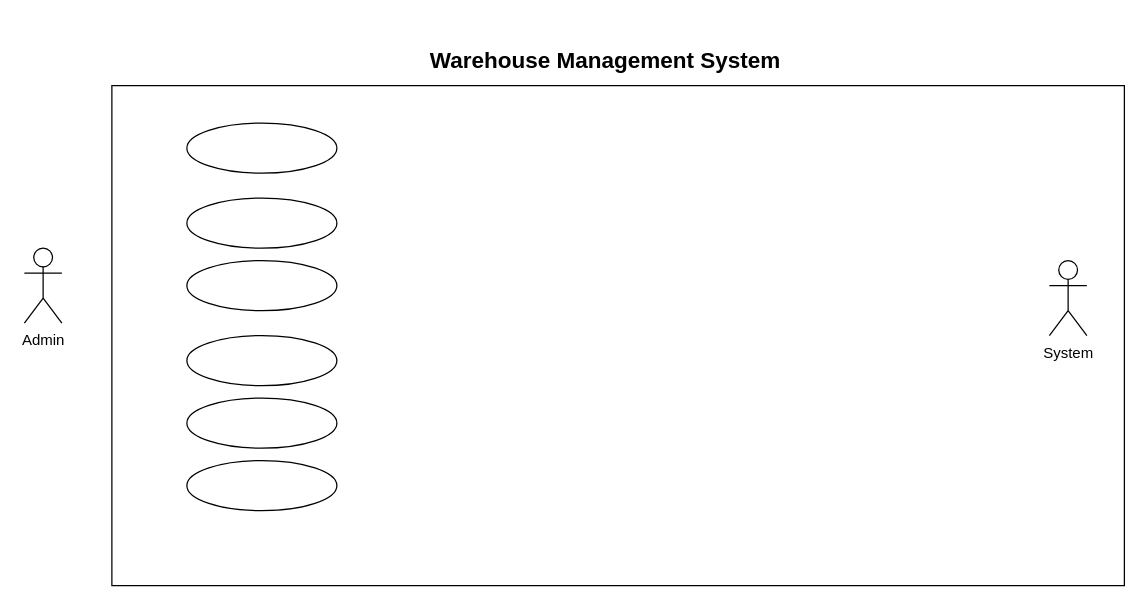
Above: Use Case Diagram.drawio in chengpha/TBD_Group_Project_P2 (draw.io), before the change. Source tidied: cells renumbered, new cells numbered last; positions are measured from the earlier drawing's top-left corner, leaving out a move shared by most shapes. Both pictures are drawn from the tidied source at 125%, with x=0, y=0 at pixel (24, 48).
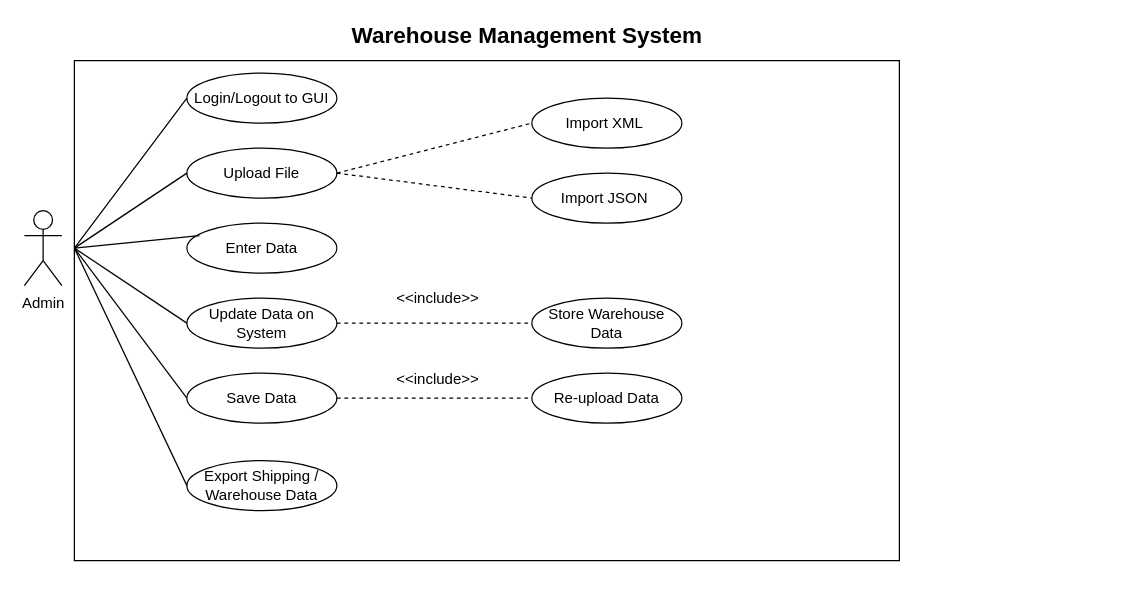
After the change.

What changed in the source:
```diff
@@
     <mxCell id="2" value="Admin" style="shape=umlActor;verticalLabelPosition=bottom;labelBackgroundColor=#ffffff;verticalAlign=top;html=1;" parent="1" vertex="1">
-      <mxGeometry y="160" width="30" height="60" as="geometry" />
+      <mxGeometry y="130" width="30" height="60" as="geometry" />
     </mxCell>
-    <mxCell id="3" style="ellipse;whiteSpace=wrap;html=1;" parent="1" vertex="1">
-      <mxGeometry x="130" y="60" width="120" height="40" as="geometry" />
+    <mxCell id="3" value="Upload File" style="ellipse;whiteSpace=wrap;html=1;" parent="1" vertex="1">
+      <mxGeometry x="130" y="80" width="120" height="40" as="geometry" />
     </mxCell>
-    <mxCell id="4" style="ellipse;whiteSpace=wrap;html=1;" parent="1" vertex="1">
-      <mxGeometry x="130" y="120" width="120" height="40" as="geometry" />
-    </mxCell>
+    <mxCell id="12" value="Store Warehouse Data" style="ellipse;whiteSpace=wrap;html=1;" parent="1" vertex="1">
+      <mxGeometry x="406" y="200" width="120" height="40" as="geometry" />
+    </mxCell>
-    <mxCell id="5" style="ellipse;whiteSpace=wrap;html=1;" parent="1" vertex="1">
-      <mxGeometry x="130" y="170" width="120" height="40" as="geometry" />
+    <mxCell id="5" value="Update Data on System" style="ellipse;whiteSpace=wrap;html=1;" parent="1" vertex="1">
+      <mxGeometry x="130" y="200" width="120" height="40" as="geometry" />
     </mxCell>
-    <mxCell id="6" style="ellipse;whiteSpace=wrap;html=1;" parent="1" vertex="1">
-      <mxGeometry x="130" y="230" width="120" height="40" as="geometry" />
+    <mxCell id="6" value="Save Data" style="ellipse;whiteSpace=wrap;html=1;" parent="1" vertex="1">
+      <mxGeometry x="130" y="260" width="120" height="40" as="geometry" />
     </mxCell>
-    <mxCell id="7" style="ellipse;whiteSpace=wrap;html=1;" parent="1" vertex="1">
-      <mxGeometry x="130" y="280" width="120" height="40" as="geometry" />
+    <mxCell id="7" value="Re-upload Data" style="ellipse;whiteSpace=wrap;html=1;" parent="1" vertex="1">
+      <mxGeometry x="406" y="260" width="120" height="40" as="geometry" />
     </mxCell>
-    <mxCell id="8" style="ellipse;whiteSpace=wrap;html=1;" parent="1" vertex="1">
+    <mxCell id="8" value="Export Shipping / Warehouse Data" style="ellipse;whiteSpace=wrap;html=1;" parent="1" vertex="1">
       <mxGeometry x="130" y="330" width="120" height="40" as="geometry" />
     </mxCell>
     <mxCell id="9" style="rounded=0;whiteSpace=wrap;html=1;fillColor=none;" parent="1" vertex="1">
-      <mxGeometry x="70" y="30" width="810" height="400" as="geometry" />
+      <mxGeometry x="40" y="10" width="660" height="400" as="geometry" />
     </mxCell>
-    <mxCell id="10" value="Warehouse Management System" style="text;html=1;strokeColor=none;fillColor=none;align=center;verticalAlign=middle;whiteSpace=wrap;rounded=0;fontStyle=1;fontSize=18;" parent="1" vertex="1">
-      <mxGeometry x="310" width="310" height="20" as="geometry" />
+    <mxCell id="10" value="Warehouse Management System&amp;nbsp;" style="text;html=1;strokeColor=none;fillColor=none;align=center;verticalAlign=middle;whiteSpace=wrap;rounded=0;fontStyle=1;fontSize=18;" parent="1" vertex="1">
+      <mxGeometry x="250" y="-20" width="310" height="20" as="geometry" />
     </mxCell>
-    <mxCell id="11" value="System" style="shape=umlActor;verticalLabelPosition=bottom;labelBackgroundColor=#ffffff;verticalAlign=top;html=1;fillColor=none;fontSize=12;" parent="1" vertex="1">
-      <mxGeometry x="820" y="170" width="30" height="60" as="geometry" />
-    </mxCell>
+    <mxCell id="13" style="endArrow=none;dashed=1;html=1;fontSize=12;entryX=0;entryY=0.5;entryDx=0;entryDy=0;exitX=1;exitY=0.5;exitDx=0;exitDy=0;" parent="1" edge="1" source="5" target="12">
+      <mxGeometry relative="1" as="geometry" />
+    </mxCell>
+    <mxCell id="14" value="&amp;lt;&amp;lt;include&amp;gt;&amp;gt;" style="text;html=1;strokeColor=none;fillColor=none;align=center;verticalAlign=middle;whiteSpace=wrap;rounded=0;fontSize=12;" parent="1" vertex="1">
+      <mxGeometry x="311" y="190" width="40" height="20" as="geometry" />
+    </mxCell>
+    <mxCell id="15" style="endArrow=none;dashed=1;html=1;fontSize=12;entryX=0;entryY=0.5;entryDx=0;entryDy=0;exitX=1;exitY=0.5;exitDx=0;exitDy=0;" parent="1" edge="1" source="6" target="7">
+      <mxGeometry relative="1" as="geometry" />
+    </mxCell>
+    <mxCell id="16" value="Login/Logout to GUI" style="ellipse;whiteSpace=wrap;html=1;" parent="1" vertex="1">
+      <mxGeometry x="130" y="20" width="120" height="40" as="geometry" />
+    </mxCell>
+    <mxCell id="17" style="endArrow=none;html=1;fontSize=12;entryX=0;entryY=0.5;entryDx=0;entryDy=0;" parent="1" edge="1" target="16">
+      <mxGeometry relative="1" as="geometry">
+        <mxPoint x="40" y="160" as="sourcePoint" />
+      </mxGeometry>
+    </mxCell>
+    <mxCell id="18" style="endArrow=none;html=1;fontSize=12;entryX=0;entryY=0.5;entryDx=0;entryDy=0;" parent="1" edge="1" target="3">
+      <mxGeometry relative="1" as="geometry">
+        <mxPoint x="40" y="160" as="sourcePoint" />
+      </mxGeometry>
+    </mxCell>
+    <mxCell id="19" style="endArrow=none;html=1;fontSize=12;entryX=0;entryY=0.5;entryDx=0;entryDy=0;" parent="1" edge="1" target="5">
+      <mxGeometry relative="1" as="geometry">
+        <mxPoint x="40" y="160" as="sourcePoint" />
+      </mxGeometry>
+    </mxCell>
+    <mxCell id="20" style="endArrow=none;html=1;fontSize=12;exitX=0;exitY=0.5;exitDx=0;exitDy=0;" parent="1" edge="1" source="6">
+      <mxGeometry relative="1" as="geometry">
+        <mxPoint x="40" y="160" as="targetPoint" />
+      </mxGeometry>
+    </mxCell>
+    <mxCell id="21" style="endArrow=none;html=1;fontSize=12;exitX=0;exitY=0.5;exitDx=0;exitDy=0;" parent="1" edge="1" source="8">
+      <mxGeometry relative="1" as="geometry">
+        <mxPoint x="40" y="160" as="targetPoint" />
+      </mxGeometry>
+    </mxCell>
+    <mxCell id="22" value="&amp;lt;&amp;lt;include&amp;gt;&amp;gt;" style="text;html=1;strokeColor=none;fillColor=none;align=center;verticalAlign=middle;whiteSpace=wrap;rounded=0;fontSize=12;" parent="1" vertex="1">
+      <mxGeometry x="311" y="250" width="40" height="30" as="geometry" />
+    </mxCell>
+    <mxCell id="23" value="Enter Data" style="ellipse;whiteSpace=wrap;html=1;" parent="1" vertex="1">
+      <mxGeometry x="130" y="140" width="120" height="40" as="geometry" />
+    </mxCell>
+    <mxCell id="24" style="endArrow=none;html=1;fontSize=12;" parent="1" edge="1">
+      <mxGeometry relative="1" as="geometry">
+        <mxPoint x="40" y="160" as="sourcePoint" />
+        <mxPoint x="140" y="150" as="targetPoint" />
+      </mxGeometry>
+    </mxCell>
+    <mxCell id="25" value="Import XML&amp;nbsp;" style="ellipse;whiteSpace=wrap;html=1;" parent="1" vertex="1">
+      <mxGeometry x="406" y="40" width="120" height="40" as="geometry" />
+    </mxCell>
+    <mxCell id="26" value="Import JSON&amp;nbsp;" style="ellipse;whiteSpace=wrap;html=1;" parent="1" vertex="1">
+      <mxGeometry x="406" y="100" width="120" height="40" as="geometry" />
+    </mxCell>
+    <mxCell id="27" style="endArrow=none;dashed=1;html=1;fontSize=12;entryX=0;entryY=0.5;entryDx=0;entryDy=0;" parent="1" edge="1" target="25">
+      <mxGeometry relative="1" as="geometry">
+        <mxPoint x="250" y="100" as="sourcePoint" />
+      </mxGeometry>
+    </mxCell>
+    <mxCell id="28" style="endArrow=none;dashed=1;html=1;fontSize=12;exitX=1;exitY=0.5;exitDx=0;exitDy=0;" parent="1" edge="1" source="3">
+      <mxGeometry relative="1" as="geometry">
+        <mxPoint x="406" y="120" as="targetPoint" />
+      </mxGeometry>
+    </mxCell>
```
